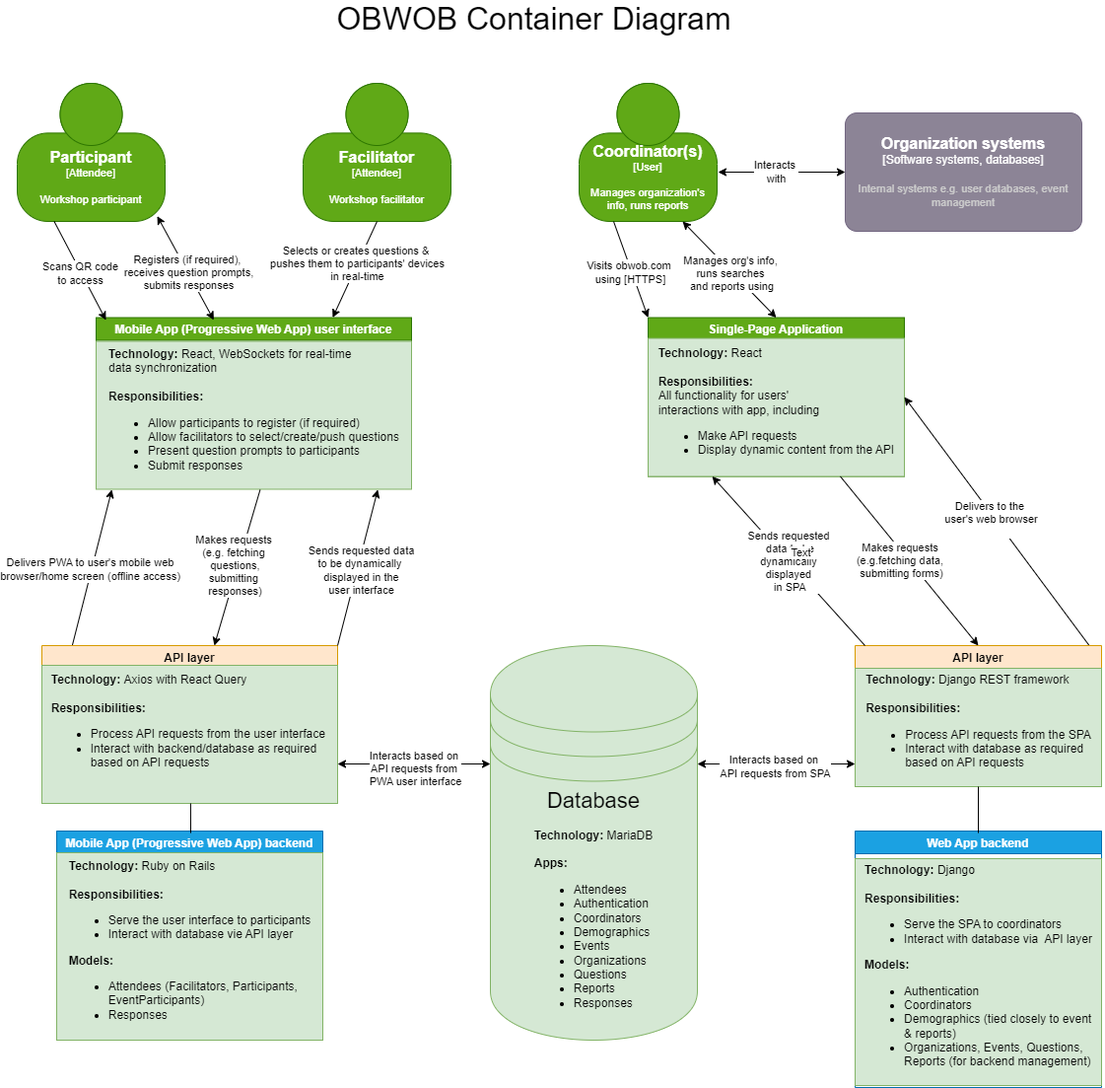
laurapg1214/impact-web-interface keeps this draw.io diagram as documentation/c4-diagrams/2_obwob_container_diagram.drawio.png. Above is the earlier version. Source tidied: cells renumbered, new cells last; positions are measured from the earlier drawing's top-left corner, leaving out a move shared by most shapes.
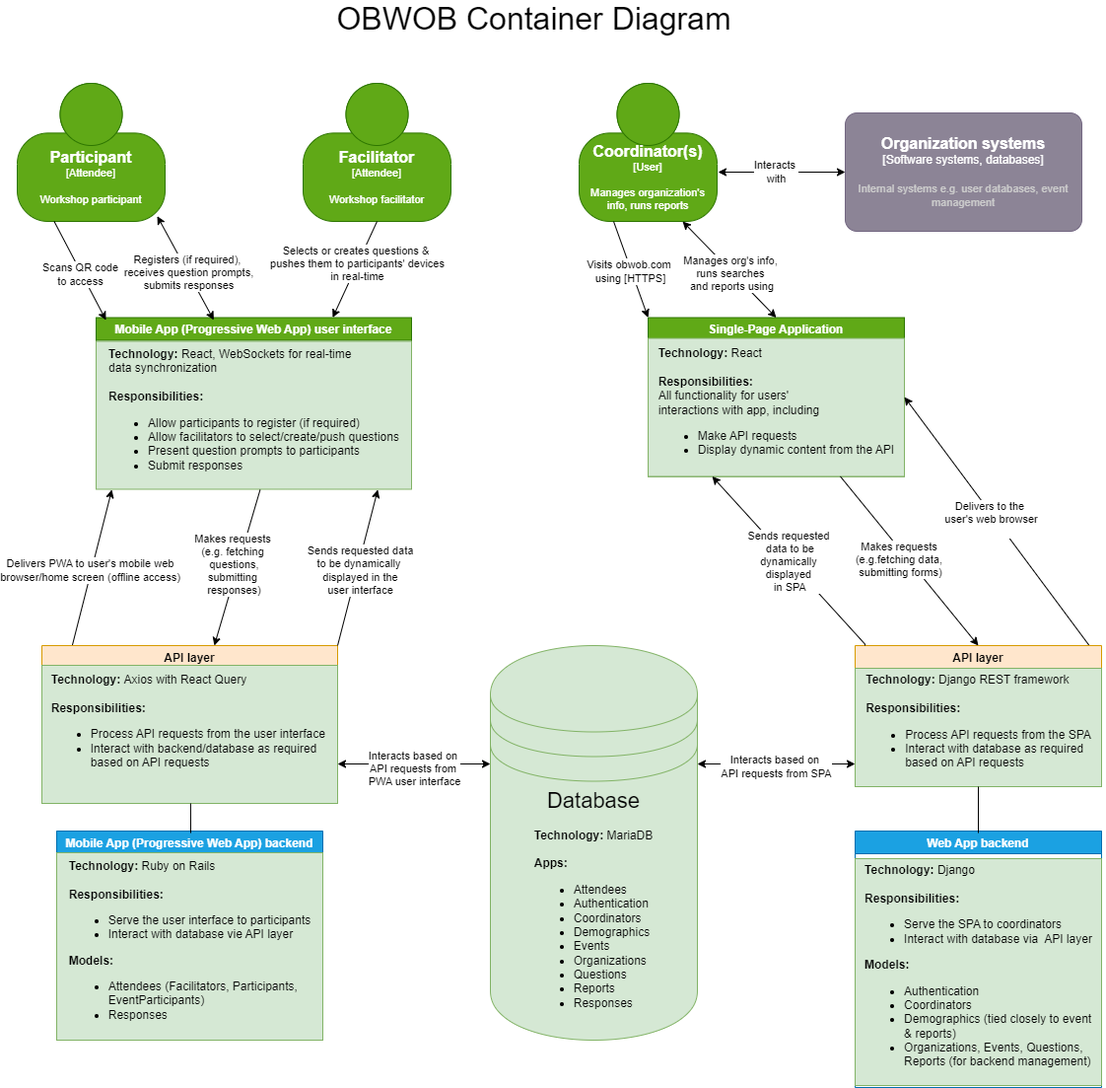
The same file after the commit.

Diff of the diagram source:
```diff
@@ -143,9 +143,6 @@
     <mxCell id="38" value="Sends requested&amp;nbsp;&lt;div&gt;data to be&lt;div&gt;dynamically&amp;nbsp;&lt;/div&gt;&lt;div&gt;displayed&amp;nbsp;&lt;/div&gt;&lt;div&gt;in SPA&lt;/div&gt;&lt;/div&gt;" style="edgeLabel;html=1;align=center;verticalAlign=middle;" parent="37" vertex="1">
       <mxGeometry x="-0.01" relative="1" as="geometry" />
     </mxCell>
-    <mxCell id="39" value="Text" style="edgeLabel;html=1;align=center;verticalAlign=middle;" parent="37" vertex="1">
-      <mxGeometry x="-0.01" y="-14" relative="1" as="geometry" />
-    </mxCell>
     <mxCell id="40" style="endArrow=classic;html=1;rounded=0;exitX=0.52;exitY=1.004;exitDx=0;exitDy=0;exitPerimeter=0;entryX=0.583;entryY=0;entryDx=0;entryDy=0;entryPerimeter=0;" parent="1" edge="1" source="15" target="34">
       <mxGeometry relative="1" as="geometry" />
     </mxCell>
```
